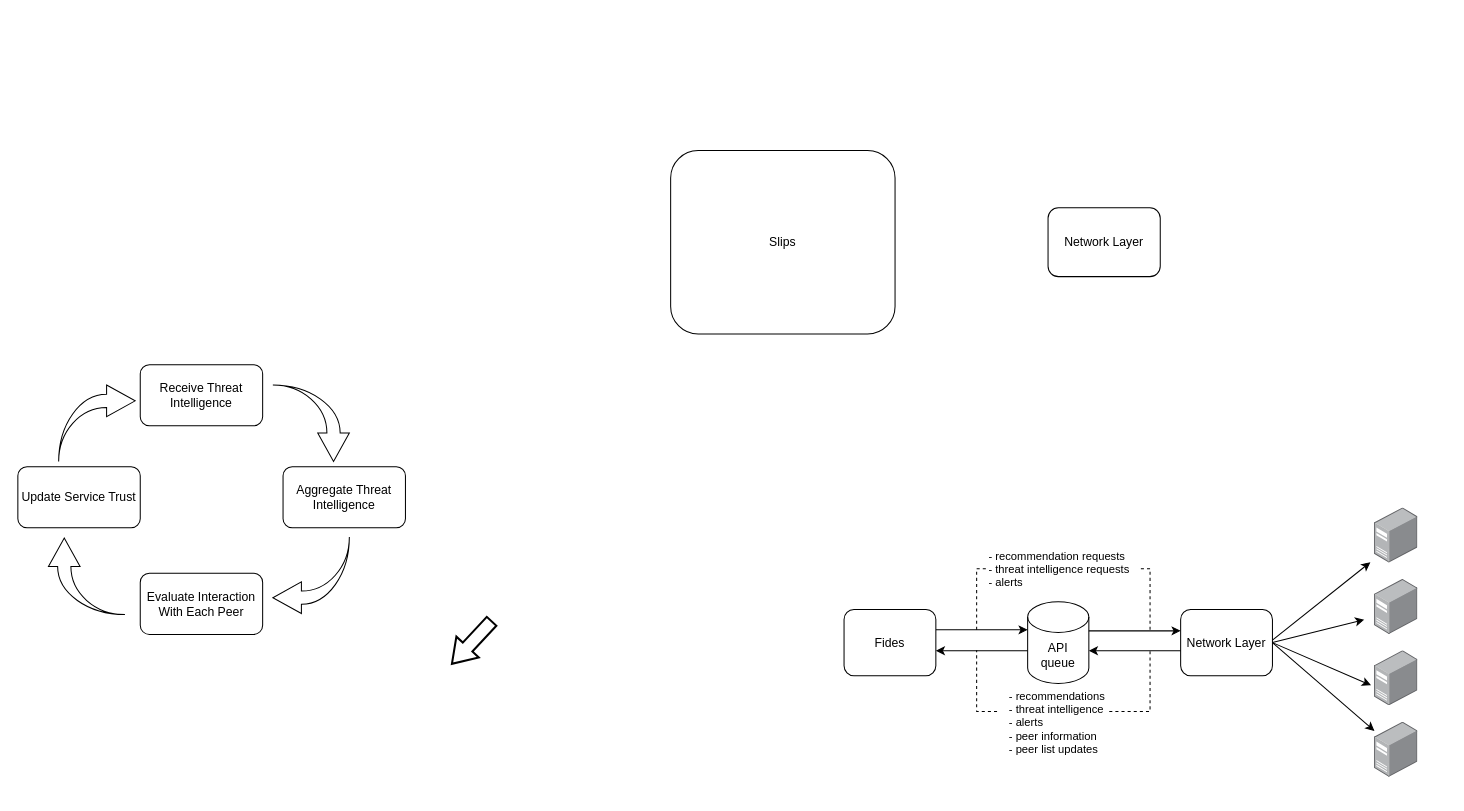
Before: doc/assets/fides.drawio in LukasForst/fides, a draw.io diagram. Source tidied: cells renumbered, new cells numbered last; positions are measured from the earlier drawing's top-left corner, leaving out a move shared by most shapes. Both pictures are drawn from the tidied source at 102%, with x=0, y=0 at pixel (17, 150).
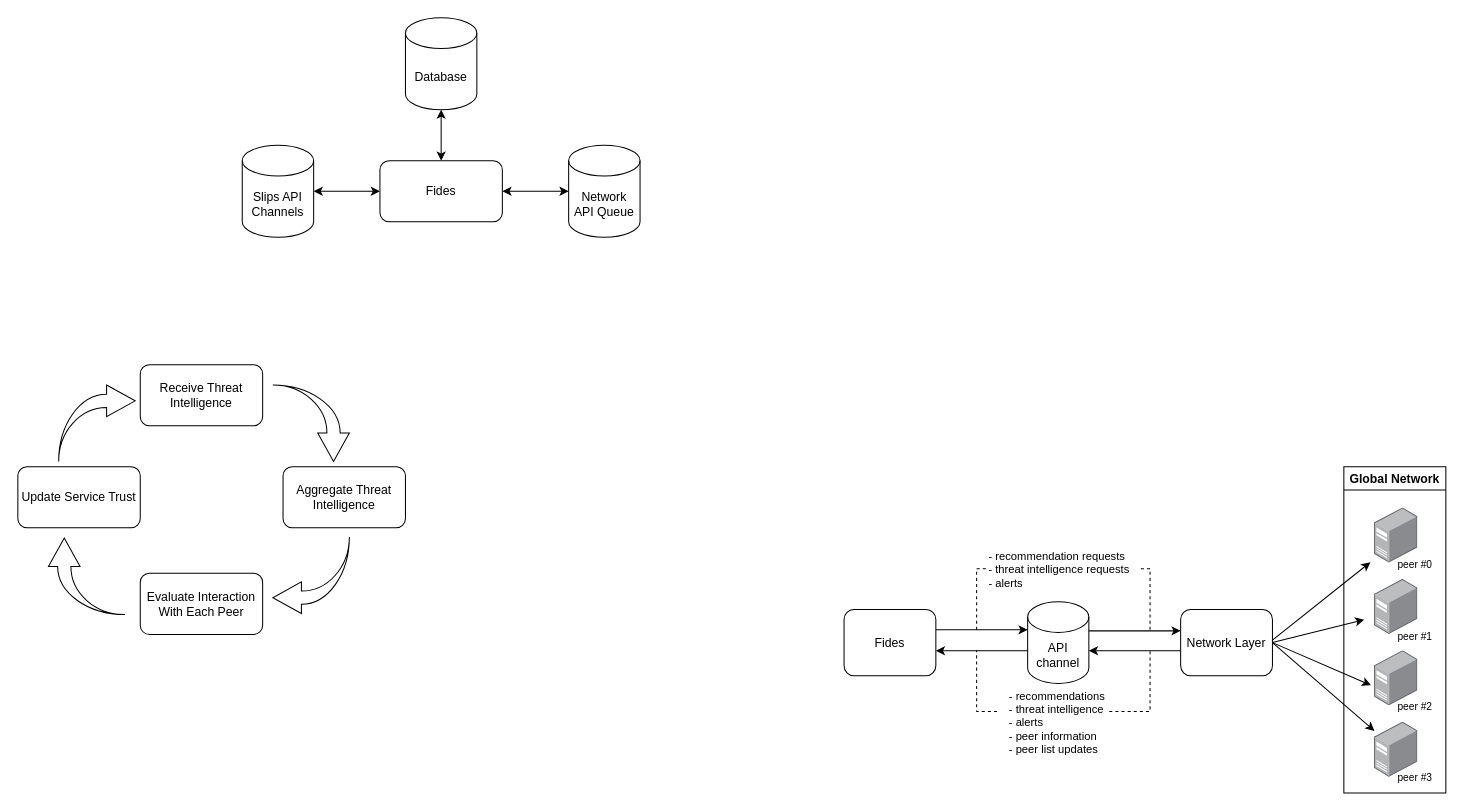
The same page after the edit.

Diff of the diagram source:
```diff
@@
-    <mxCell id="2" value="API&lt;br&gt;queue&lt;br&gt;" style="shape=cylinder3;whiteSpace=wrap;html=1;boundedLbl=1;backgroundOutline=1;size=15;" parent="1" vertex="1">
+    <mxCell id="2" value="API&lt;br&gt;channel" style="shape=cylinder3;whiteSpace=wrap;html=1;boundedLbl=1;backgroundOutline=1;size=15;" parent="1" vertex="1">
       <mxGeometry x="990" y="442.5" width="60" height="80" as="geometry" />
     </mxCell>
@@
-    <mxCell id="6" value="Network Layer" style="rounded=1;whiteSpace=wrap;html=1;" parent="1" vertex="1">
-      <mxGeometry x="1010" y="56.2" width="110" height="67.5" as="geometry" />
-    </mxCell>
-    <mxCell id="7" value="Slips" style="rounded=1;whiteSpace=wrap;html=1;" parent="1" vertex="1">
-      <mxGeometry x="640" width="220" height="180" as="geometry" />
-    </mxCell>
@@
-    <mxCell id="29" style="shape=mxgraph.arrows.arrow_up;html=1;verticalLabelPosition=bottom;verticalAlign=top;strokeWidth=2;strokeColor=#000000;rotation=-137;" parent="1" vertex="1">
-      <mxGeometry x="430" y="454" width="30" height="57" as="geometry" />
-    </mxCell>
@@
+    <mxCell id="34" style="edgeStyle=orthogonalEdgeStyle;rounded=0;jettySize=auto;html=1;fontSize=10;startArrow=classic;startFill=1;endArrow=classic;endFill=1;" parent="1" edge="1" source="37" target="38">
+      <mxGeometry relative="1" as="geometry" />
+    </mxCell>
+    <mxCell id="35" style="edgeStyle=orthogonalEdgeStyle;rounded=0;jettySize=auto;html=1;fontSize=10;startArrow=classic;startFill=1;endArrow=classic;endFill=1;" parent="1" edge="1" source="37" target="40">
+      <mxGeometry relative="1" as="geometry" />
+    </mxCell>
+    <mxCell id="36" style="edgeStyle=orthogonalEdgeStyle;rounded=0;jettySize=auto;html=1;entryX=0.5;entryY=1;entryDx=0;entryDy=0;entryPerimeter=0;fontSize=10;startArrow=classic;startFill=1;endArrow=classic;endFill=1;" parent="1" edge="1" source="37" target="39">
+      <mxGeometry relative="1" as="geometry" />
+    </mxCell>
+    <mxCell id="37" value="Fides" style="rounded=1;whiteSpace=wrap;html=1;" parent="1" vertex="1">
+      <mxGeometry x="355" y="10" width="120" height="60" as="geometry" />
+    </mxCell>
+    <mxCell id="38" value="Network&lt;br&gt;API Queue" style="shape=cylinder3;whiteSpace=wrap;html=1;boundedLbl=1;backgroundOutline=1;size=15;" parent="1" vertex="1">
+      <mxGeometry x="540" y="-5" width="70" height="90" as="geometry" />
+    </mxCell>
+    <mxCell id="39" value="Database" style="shape=cylinder3;whiteSpace=wrap;html=1;boundedLbl=1;backgroundOutline=1;size=15;" parent="1" vertex="1">
+      <mxGeometry x="380" y="-130" width="70" height="90" as="geometry" />
+    </mxCell>
+    <mxCell id="40" value="Slips API Channels" style="shape=cylinder3;whiteSpace=wrap;html=1;boundedLbl=1;backgroundOutline=1;size=15;" parent="1" vertex="1">
+      <mxGeometry x="220" y="-5" width="70" height="90" as="geometry" />
+    </mxCell>
+    <mxCell id="41" value="Global Network" style="swimlane;" parent="1" vertex="1">
+      <mxGeometry x="1300" y="310" width="100" height="320" as="geometry" />
+    </mxCell>
+    <mxCell id="42" value="peer #0" style="text;html=1;strokeColor=none;fillColor=none;align=center;verticalAlign=middle;whiteSpace=wrap;rounded=0;fontSize=10;" parent="41" vertex="1">
+      <mxGeometry x="40" y="80.5" width="60" height="30" as="geometry" />
+    </mxCell>
+    <mxCell id="43" value="peer #1" style="text;html=1;strokeColor=none;fillColor=none;align=center;verticalAlign=middle;whiteSpace=wrap;rounded=0;fontSize=10;" parent="41" vertex="1">
+      <mxGeometry x="40" y="150.5" width="60" height="30" as="geometry" />
+    </mxCell>
+    <mxCell id="44" value="peer #2" style="text;html=1;strokeColor=none;fillColor=none;align=center;verticalAlign=middle;whiteSpace=wrap;rounded=0;fontSize=10;" parent="41" vertex="1">
+      <mxGeometry x="40" y="220" width="60" height="30" as="geometry" />
+    </mxCell>
+    <mxCell id="45" value="peer #3" style="text;html=1;strokeColor=none;fillColor=none;align=center;verticalAlign=middle;whiteSpace=wrap;rounded=0;fontSize=10;" parent="1" vertex="1">
+      <mxGeometry x="1340" y="600" width="60" height="30" as="geometry" />
+    </mxCell>
```
